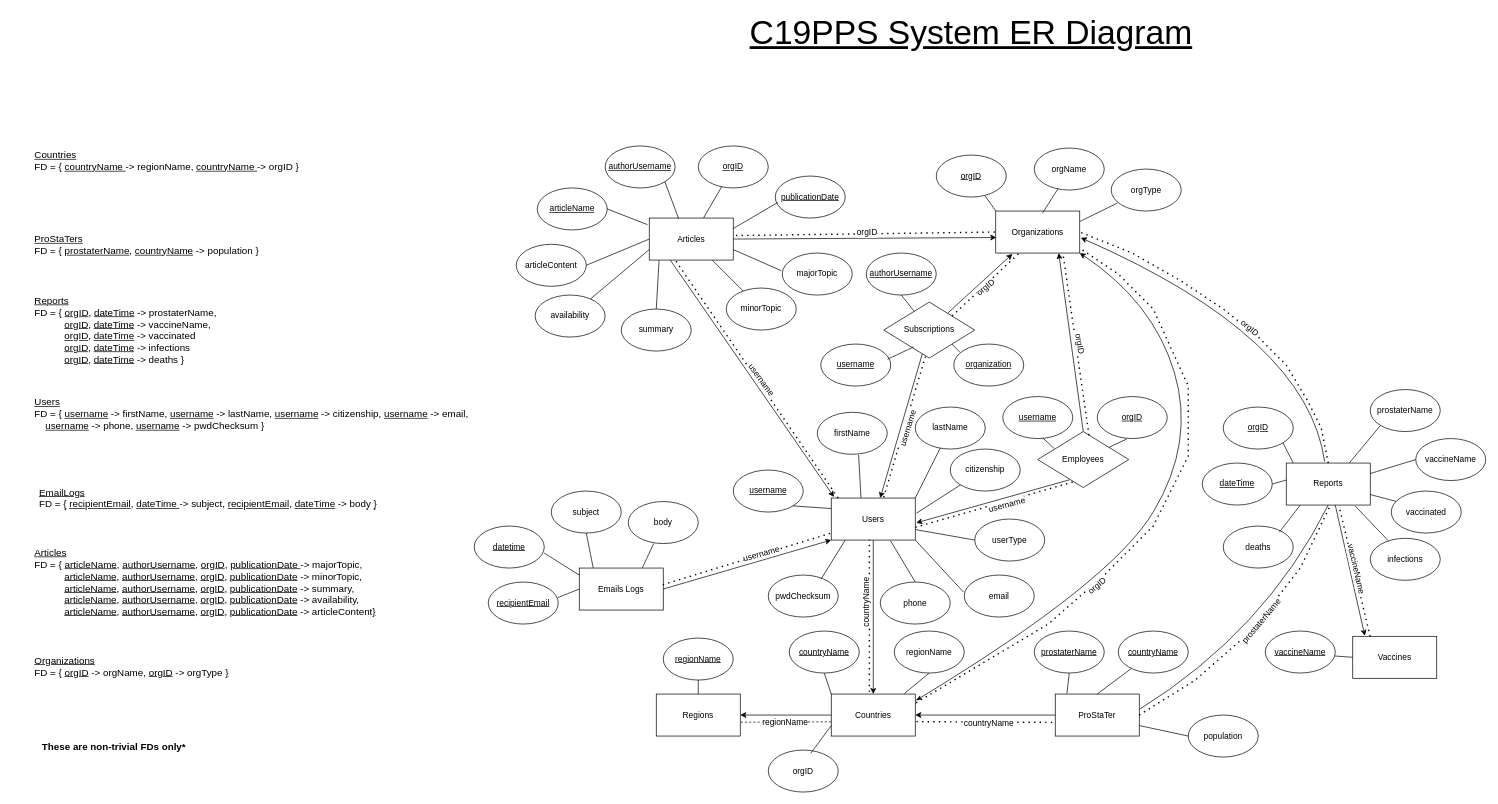
Before: ER Diagram v2.4.drawio in aydinaf/COMP353-Project-C19PPS, a draw.io diagram. Source tidied: cells renumbered, new cells numbered last; positions are measured from the earlier drawing's top-left corner, leaving out a move shared by most shapes. Both pictures are drawn from the tidied source at 70%, with x=0, y=0 at pixel (12, 22).
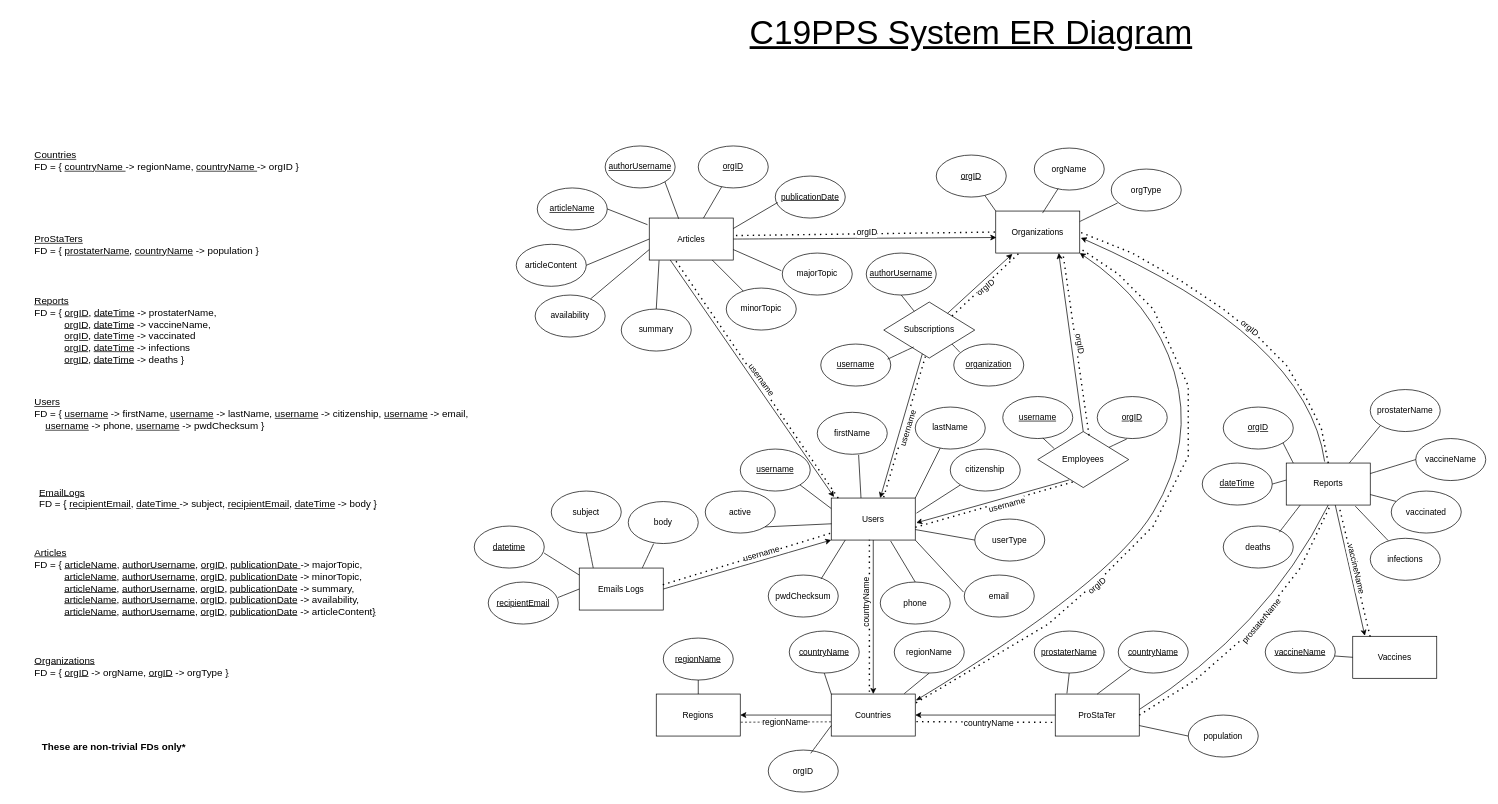
Above is the later version.

Commit message:
added attribute "active" to Users

The change refers to these unchanged cells:
```xml
<mxCell id="22" value="Users" style="rounded=0;whiteSpace=wrap;html=1;" parent="1" vertex="1">
  <mxGeometry x="1170" y="680" width="120" height="60" as="geometry" />
</mxCell>
```

What changed in the source:
```diff
@@
     <mxCell id="28" value="&lt;u&gt;username&lt;/u&gt;" style="ellipse;whiteSpace=wrap;html=1;" parent="1" vertex="1">
-      <mxGeometry x="1030" y="640" width="100" height="60" as="geometry" />
+      <mxGeometry x="1040" y="610" width="100" height="60" as="geometry" />
     </mxCell>
@@
+    <mxCell id="152" value="&lt;div&gt;active&lt;/div&gt;" style="ellipse;whiteSpace=wrap;html=1;" parent="1" vertex="1">
+      <mxGeometry x="990" y="670" width="100" height="60" as="geometry" />
+    </mxCell>
+    <mxCell id="153" style="endArrow=none;html=1;rounded=0;exitX=1;exitY=1;exitDx=0;exitDy=0;entryX=0.003;entryY=0.613;entryDx=0;entryDy=0;entryPerimeter=0;" parent="1" edge="1" source="152" target="22">
+      <mxGeometry relative="1" as="geometry" />
+    </mxCell>
```
